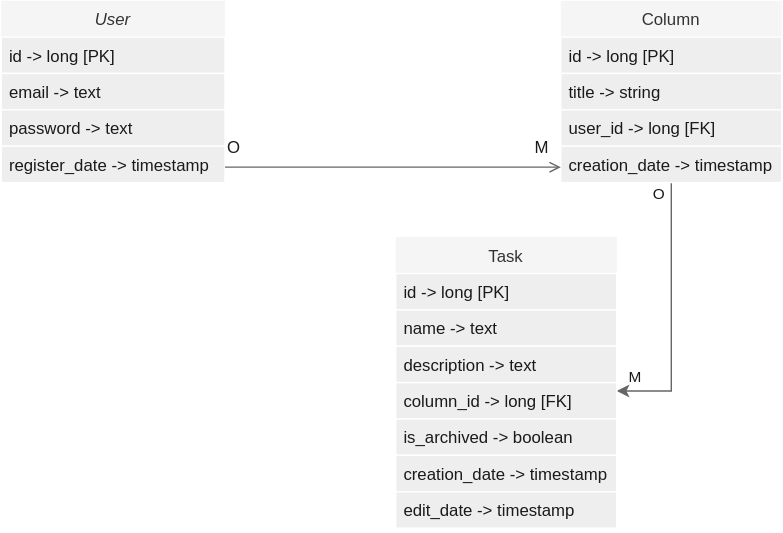
farneser/task-tracker-api keeps this draw.io diagram as assets/database-relations.svg. Above is the earlier version. Source tidied: cells renumbered, new cells last; positions are measured from the earlier drawing's top-left corner, leaving out a move shared by most shapes. Source of this version:
```xml
<mxGraphModel background="#FFFFFF">
  <root>
    <mxCell id="0" />
    <mxCell id="1" parent="0" />
    <mxCell id="2" value="User" style="swimlane;fontStyle=2;align=center;verticalAlign=top;horizontal=1;startSize=26;rounded=0;shadow=0;strokeWidth=1;labelBackgroundColor=none;fillColor=#f5f5f5;strokeColor=none;fontColor=#333333;" parent="1" vertex="1">
      <mxGeometry width="160" height="130" as="geometry" />
    </mxCell>
    <mxCell id="3" value="id -&gt; long [PK]" style="text;align=left;verticalAlign=top;spacingLeft=4;spacingRight=4;overflow=hidden;rounded=0;labelBackgroundColor=none;fillColor=#EEEEEE;strokeColor=#FFFFFF;fontColor=#1A1A1A;" parent="2" vertex="1">
      <mxGeometry y="26" width="160" height="26" as="geometry" />
    </mxCell>
    <mxCell id="4" value="email -&gt; text" style="text;align=left;verticalAlign=top;spacingLeft=4;spacingRight=4;overflow=hidden;rounded=0;labelBackgroundColor=none;fillColor=#EEEEEE;strokeColor=#FFFFFF;fontColor=#1A1A1A;" parent="2" vertex="1">
      <mxGeometry y="52" width="160" height="26" as="geometry" />
    </mxCell>
    <mxCell id="5" value="password -&gt; text" style="text;align=left;verticalAlign=top;spacingLeft=4;spacingRight=4;overflow=hidden;rounded=0;shadow=0;html=0;labelBackgroundColor=none;fillColor=#EEEEEE;strokeColor=#FFFFFF;fontColor=#1A1A1A;" parent="2" vertex="1">
      <mxGeometry y="78" width="160" height="26" as="geometry" />
    </mxCell>
    <mxCell id="6" value="register_date -&gt; timestamp" style="text;align=left;verticalAlign=top;spacingLeft=4;spacingRight=4;overflow=hidden;rounded=0;shadow=0;html=0;labelBackgroundColor=none;fillColor=#EEEEEE;strokeColor=#FFFFFF;fontColor=#1A1A1A;" parent="2" vertex="1">
      <mxGeometry y="104" width="160" height="26" as="geometry" />
    </mxCell>
    <mxCell id="7" style="edgeStyle=orthogonalEdgeStyle;rounded=0;jettySize=auto;html=1;labelBackgroundColor=none;fontColor=default;strokeColor=#666666;fillColor=#f5f5f5;" parent="1" edge="1" source="10" target="18">
      <mxGeometry relative="1" as="geometry">
        <Array as="points">
          <mxPoint x="479" y="279" />
        </Array>
      </mxGeometry>
    </mxCell>
    <mxCell id="8" value="M" style="edgeLabel;html=1;align=center;verticalAlign=middle;rounded=0;labelBackgroundColor=none;fontColor=#1A1A1A;" parent="7" vertex="1">
      <mxGeometry x="0.86" relative="1" as="geometry">
        <mxPoint y="-10" as="offset" />
      </mxGeometry>
    </mxCell>
    <mxCell id="9" value="O" style="edgeLabel;html=1;align=center;verticalAlign=middle;rounded=0;labelBackgroundColor=none;fontColor=#1A1A1A;" parent="7" vertex="1">
      <mxGeometry x="-0.92" y="1" relative="1" as="geometry">
        <mxPoint x="-10" as="offset" />
      </mxGeometry>
    </mxCell>
    <mxCell id="10" value="Column" style="swimlane;fontStyle=0;align=center;verticalAlign=top;horizontal=1;startSize=26;rounded=0;shadow=0;strokeWidth=1;labelBackgroundColor=none;fillColor=#f5f5f5;strokeColor=none;fontColor=#333333;" parent="1" vertex="1">
      <mxGeometry x="400" width="158" height="130" as="geometry" />
    </mxCell>
    <mxCell id="11" value="id -&gt; long [PK]" style="text;align=left;verticalAlign=top;spacingLeft=4;spacingRight=4;overflow=hidden;rounded=0;labelBackgroundColor=none;fillColor=#EEEEEE;strokeColor=#FFFFFF;fontColor=#1A1A1A;" parent="10" vertex="1">
      <mxGeometry y="26" width="158" height="26" as="geometry" />
    </mxCell>
    <mxCell id="12" value="title -&gt; string" style="text;align=left;verticalAlign=top;spacingLeft=4;spacingRight=4;overflow=hidden;rounded=0;shadow=0;html=0;labelBackgroundColor=none;fillColor=#EEEEEE;strokeColor=#FFFFFF;fontColor=#1A1A1A;" parent="10" vertex="1">
      <mxGeometry y="52" width="158" height="26" as="geometry" />
    </mxCell>
    <mxCell id="13" value="user_id -&gt; long [FK]" style="text;align=left;verticalAlign=top;spacingLeft=4;spacingRight=4;overflow=hidden;rounded=0;shadow=0;html=0;labelBackgroundColor=none;fillColor=#EEEEEE;strokeColor=#FFFFFF;fontColor=#1A1A1A;" parent="10" vertex="1">
      <mxGeometry y="78" width="158" height="26" as="geometry" />
    </mxCell>
    <mxCell id="14" value="creation_date -&gt; timestamp" style="text;align=left;verticalAlign=top;spacingLeft=4;spacingRight=4;overflow=hidden;rounded=0;shadow=0;html=0;labelBackgroundColor=none;fillColor=#EEEEEE;strokeColor=#FFFFFF;fontColor=#1A1A1A;" parent="10" vertex="1">
      <mxGeometry y="104" width="158" height="26" as="geometry" />
    </mxCell>
    <mxCell id="15" style="endArrow=open;shadow=0;strokeWidth=1;rounded=0;endFill=1;edgeStyle=elbowEdgeStyle;elbow=vertical;labelBackgroundColor=none;fontColor=default;strokeColor=#666666;fillColor=#f5f5f5;" parent="1" edge="1" source="2" target="10">
      <mxGeometry x="0.5" y="41" relative="1" as="geometry">
        <Array as="points">
          <mxPoint x="230" y="119" />
          <mxPoint x="450" y="129" />
        </Array>
        <mxPoint x="-40" y="32" as="offset" />
      </mxGeometry>
    </mxCell>
    <mxCell id="16" value="O" style="align=left;verticalAlign=bottom;labelBackgroundColor=none;fontSize=12;rounded=0;fillColor=#EEEEEE;strokeColor=#FFFFFF;fontColor=#1A1A1A;" parent="15" vertex="1">
      <mxGeometry x="-1" relative="1" as="geometry">
        <mxPoint y="-5" as="offset" />
      </mxGeometry>
    </mxCell>
    <mxCell id="17" value="M" style="align=right;verticalAlign=bottom;labelBackgroundColor=none;fontSize=12;rounded=0;fillColor=#EEEEEE;strokeColor=#FFFFFF;fontColor=#1A1A1A;" parent="15" vertex="1">
      <mxGeometry x="1" relative="1" as="geometry">
        <mxPoint x="-7" y="-5" as="offset" />
      </mxGeometry>
    </mxCell>
    <mxCell id="18" value="Task" style="swimlane;fontStyle=0;align=center;verticalAlign=top;horizontal=1;startSize=26;rounded=0;shadow=0;strokeWidth=1;labelBackgroundColor=none;fillColor=#f5f5f5;strokeColor=none;fontColor=#333333;" parent="1" vertex="1">
      <mxGeometry x="282" y="169" width="158" height="208" as="geometry" />
    </mxCell>
    <mxCell id="19" value="id -&gt; long [PK]" style="text;align=left;verticalAlign=top;spacingLeft=4;spacingRight=4;overflow=hidden;rounded=0;labelBackgroundColor=none;fillColor=#EEEEEE;strokeColor=#FFFFFF;fontColor=#1A1A1A;" parent="18" vertex="1">
      <mxGeometry y="26" width="158" height="26" as="geometry" />
    </mxCell>
    <mxCell id="20" value="name -&gt; text" style="text;align=left;verticalAlign=top;spacingLeft=4;spacingRight=4;overflow=hidden;rounded=0;shadow=0;html=0;labelBackgroundColor=none;fillColor=#EEEEEE;strokeColor=#FFFFFF;fontColor=#1A1A1A;" parent="18" vertex="1">
      <mxGeometry y="52" width="158" height="26" as="geometry" />
    </mxCell>
    <mxCell id="21" value="description -&gt; text" style="text;align=left;verticalAlign=top;spacingLeft=4;spacingRight=4;overflow=hidden;rounded=0;shadow=0;html=0;labelBackgroundColor=none;fillColor=#EEEEEE;strokeColor=#FFFFFF;fontColor=#1A1A1A;" parent="18" vertex="1">
      <mxGeometry y="78" width="158" height="26" as="geometry" />
    </mxCell>
    <mxCell id="22" value="column_id -&gt; long [FK]" style="text;align=left;verticalAlign=top;spacingLeft=4;spacingRight=4;overflow=hidden;rounded=0;shadow=0;html=0;labelBackgroundColor=none;fillColor=#EEEEEE;strokeColor=#FFFFFF;fontColor=#1A1A1A;" parent="18" vertex="1">
      <mxGeometry y="104" width="158" height="26" as="geometry" />
    </mxCell>
    <mxCell id="23" value="is_archived -&gt; boolean" style="text;align=left;verticalAlign=top;spacingLeft=4;spacingRight=4;overflow=hidden;rounded=0;shadow=0;html=0;labelBackgroundColor=none;fillColor=#EEEEEE;strokeColor=#FFFFFF;fontColor=#1A1A1A;" parent="18" vertex="1">
      <mxGeometry y="130" width="158" height="26" as="geometry" />
    </mxCell>
    <mxCell id="24" value="creation_date -&gt; timestamp" style="text;align=left;verticalAlign=top;spacingLeft=4;spacingRight=4;overflow=hidden;rounded=0;shadow=0;html=0;labelBackgroundColor=none;fillColor=#EEEEEE;strokeColor=#FFFFFF;fontColor=#1A1A1A;" parent="18" vertex="1">
      <mxGeometry y="156" width="158" height="26" as="geometry" />
    </mxCell>
    <mxCell id="25" value="edit_date -&gt; timestamp" style="text;align=left;verticalAlign=top;spacingLeft=4;spacingRight=4;overflow=hidden;rounded=0;shadow=0;html=0;labelBackgroundColor=none;fillColor=#EEEEEE;strokeColor=#FFFFFF;fontColor=#1A1A1A;" parent="18" vertex="1">
      <mxGeometry y="182" width="158" height="26" as="geometry" />
    </mxCell>
  </root>
</mxGraphModel>
```
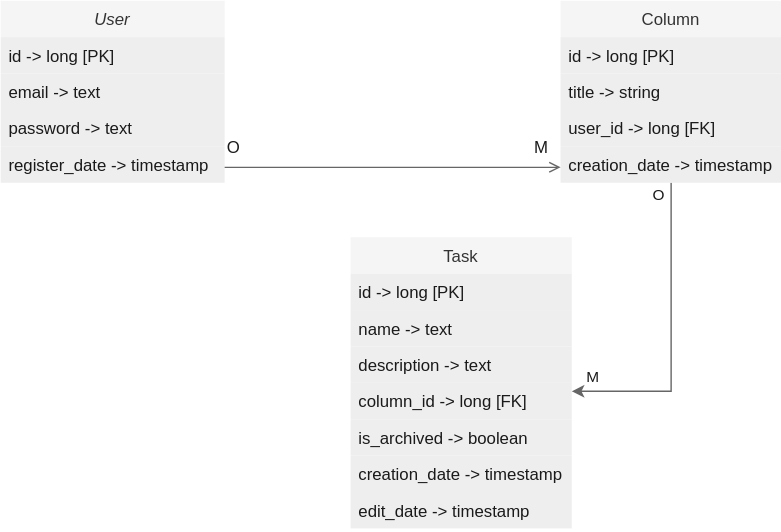
The same file after the commit.

Commit message:
update: relations styles

Diff of the diagram source:
```diff
@@ -2,19 +2,19 @@
   <root>
     <mxCell id="0" />
     <mxCell id="1" parent="0" />
-    <mxCell id="2" value="User" style="swimlane;fontStyle=2;align=center;verticalAlign=top;horizontal=1;startSize=26;rounded=0;shadow=0;strokeWidth=1;labelBackgroundColor=none;fillColor=#f5f5f5;strokeColor=none;fontColor=#333333;" parent="1" vertex="1">
+    <mxCell id="2" value="User" style="swimlane;fontStyle=2;align=center;verticalAlign=top;horizontal=1;startSize=26;rounded=0;shadow=0;strokeWidth=1;labelBackgroundColor=none;fillColor=#f5f5f5;strokeColor=none;fontColor=#333333;swimlaneFillColor=none;gradientColor=none;" parent="1" vertex="1">
       <mxGeometry width="160" height="130" as="geometry" />
     </mxCell>
-    <mxCell id="3" value="id -&gt; long [PK]" style="text;align=left;verticalAlign=top;spacingLeft=4;spacingRight=4;overflow=hidden;rounded=0;labelBackgroundColor=none;fillColor=#EEEEEE;strokeColor=#FFFFFF;fontColor=#1A1A1A;" parent="2" vertex="1">
+    <mxCell id="3" value="id -&gt; long [PK]" style="text;align=left;verticalAlign=top;spacingLeft=4;spacingRight=4;overflow=hidden;rounded=0;labelBackgroundColor=none;fillColor=#EEEEEE;strokeColor=none;fontColor=#1A1A1A;" parent="2" vertex="1">
       <mxGeometry y="26" width="160" height="26" as="geometry" />
     </mxCell>
-    <mxCell id="4" value="email -&gt; text" style="text;align=left;verticalAlign=top;spacingLeft=4;spacingRight=4;overflow=hidden;rounded=0;labelBackgroundColor=none;fillColor=#EEEEEE;strokeColor=#FFFFFF;fontColor=#1A1A1A;" parent="2" vertex="1">
+    <mxCell id="4" value="email -&gt; text" style="text;align=left;verticalAlign=top;spacingLeft=4;spacingRight=4;overflow=hidden;rounded=0;labelBackgroundColor=none;fillColor=#EEEEEE;strokeColor=none;fontColor=#1A1A1A;" parent="2" vertex="1">
       <mxGeometry y="52" width="160" height="26" as="geometry" />
     </mxCell>
-    <mxCell id="5" value="password -&gt; text" style="text;align=left;verticalAlign=top;spacingLeft=4;spacingRight=4;overflow=hidden;rounded=0;shadow=0;html=0;labelBackgroundColor=none;fillColor=#EEEEEE;strokeColor=#FFFFFF;fontColor=#1A1A1A;" parent="2" vertex="1">
+    <mxCell id="5" value="password -&gt; text" style="text;align=left;verticalAlign=top;spacingLeft=4;spacingRight=4;overflow=hidden;rounded=0;shadow=0;html=0;labelBackgroundColor=none;fillColor=#EEEEEE;strokeColor=none;fontColor=#1A1A1A;" parent="2" vertex="1">
       <mxGeometry y="78" width="160" height="26" as="geometry" />
     </mxCell>
-    <mxCell id="6" value="register_date -&gt; timestamp" style="text;align=left;verticalAlign=top;spacingLeft=4;spacingRight=4;overflow=hidden;rounded=0;shadow=0;html=0;labelBackgroundColor=none;fillColor=#EEEEEE;strokeColor=#FFFFFF;fontColor=#1A1A1A;" parent="2" vertex="1">
+    <mxCell id="6" value="register_date -&gt; timestamp" style="text;align=left;verticalAlign=top;spacingLeft=4;spacingRight=4;overflow=hidden;rounded=0;shadow=0;html=0;labelBackgroundColor=none;fillColor=#EEEEEE;strokeColor=none;fontColor=#1A1A1A;" parent="2" vertex="1">
       <mxGeometry y="104" width="160" height="26" as="geometry" />
     </mxCell>
     <mxCell id="7" style="edgeStyle=orthogonalEdgeStyle;rounded=0;jettySize=auto;html=1;labelBackgroundColor=none;fontColor=default;strokeColor=#666666;fillColor=#f5f5f5;" parent="1" edge="1" source="10" target="18">
@@ -34,19 +34,19 @@
         <mxPoint x="-10" as="offset" />
       </mxGeometry>
     </mxCell>
-    <mxCell id="10" value="Column" style="swimlane;fontStyle=0;align=center;verticalAlign=top;horizontal=1;startSize=26;rounded=0;shadow=0;strokeWidth=1;labelBackgroundColor=none;fillColor=#f5f5f5;strokeColor=none;fontColor=#333333;" parent="1" vertex="1">
+    <mxCell id="10" value="Column" style="swimlane;fontStyle=0;align=center;verticalAlign=top;horizontal=1;startSize=26;rounded=0;shadow=0;strokeWidth=1;labelBackgroundColor=none;fillColor=#f5f5f5;strokeColor=none;fontColor=#333333;swimlaneFillColor=none;gradientColor=none;glass=0;swimlaneLine=1;" parent="1" vertex="1">
       <mxGeometry x="400" width="158" height="130" as="geometry" />
     </mxCell>
-    <mxCell id="11" value="id -&gt; long [PK]" style="text;align=left;verticalAlign=top;spacingLeft=4;spacingRight=4;overflow=hidden;rounded=0;labelBackgroundColor=none;fillColor=#EEEEEE;strokeColor=#FFFFFF;fontColor=#1A1A1A;" parent="10" vertex="1">
+    <mxCell id="11" value="id -&gt; long [PK]" style="text;align=left;verticalAlign=top;spacingLeft=4;spacingRight=4;overflow=hidden;rounded=0;labelBackgroundColor=none;fillColor=#EEEEEE;strokeColor=none;fontColor=#1A1A1A;" parent="10" vertex="1">
       <mxGeometry y="26" width="158" height="26" as="geometry" />
     </mxCell>
-    <mxCell id="12" value="title -&gt; string" style="text;align=left;verticalAlign=top;spacingLeft=4;spacingRight=4;overflow=hidden;rounded=0;shadow=0;html=0;labelBackgroundColor=none;fillColor=#EEEEEE;strokeColor=#FFFFFF;fontColor=#1A1A1A;" parent="10" vertex="1">
+    <mxCell id="12" value="title -&gt; string" style="text;align=left;verticalAlign=top;spacingLeft=4;spacingRight=4;overflow=hidden;rounded=0;shadow=0;html=0;labelBackgroundColor=none;fillColor=#EEEEEE;strokeColor=none;fontColor=#1A1A1A;" parent="10" vertex="1">
       <mxGeometry y="52" width="158" height="26" as="geometry" />
     </mxCell>
-    <mxCell id="13" value="user_id -&gt; long [FK]" style="text;align=left;verticalAlign=top;spacingLeft=4;spacingRight=4;overflow=hidden;rounded=0;shadow=0;html=0;labelBackgroundColor=none;fillColor=#EEEEEE;strokeColor=#FFFFFF;fontColor=#1A1A1A;" parent="10" vertex="1">
+    <mxCell id="13" value="user_id -&gt; long [FK]" style="text;align=left;verticalAlign=top;spacingLeft=4;spacingRight=4;overflow=hidden;rounded=0;shadow=0;html=0;labelBackgroundColor=none;fillColor=#EEEEEE;strokeColor=none;fontColor=#1A1A1A;" parent="10" vertex="1">
       <mxGeometry y="78" width="158" height="26" as="geometry" />
     </mxCell>
-    <mxCell id="14" value="creation_date -&gt; timestamp" style="text;align=left;verticalAlign=top;spacingLeft=4;spacingRight=4;overflow=hidden;rounded=0;shadow=0;html=0;labelBackgroundColor=none;fillColor=#EEEEEE;strokeColor=#FFFFFF;fontColor=#1A1A1A;" parent="10" vertex="1">
+    <mxCell id="14" value="creation_date -&gt; timestamp" style="text;align=left;verticalAlign=top;spacingLeft=4;spacingRight=4;overflow=hidden;rounded=0;shadow=0;html=0;labelBackgroundColor=none;fillColor=#EEEEEE;strokeColor=none;fontColor=#1A1A1A;" parent="10" vertex="1">
       <mxGeometry y="104" width="158" height="26" as="geometry" />
     </mxCell>
     <mxCell id="15" style="endArrow=open;shadow=0;strokeWidth=1;rounded=0;endFill=1;edgeStyle=elbowEdgeStyle;elbow=vertical;labelBackgroundColor=none;fontColor=default;strokeColor=#666666;fillColor=#f5f5f5;" parent="1" edge="1" source="2" target="10">
@@ -68,28 +68,28 @@
         <mxPoint x="-7" y="-5" as="offset" />
       </mxGeometry>
     </mxCell>
-    <mxCell id="18" value="Task" style="swimlane;fontStyle=0;align=center;verticalAlign=top;horizontal=1;startSize=26;rounded=0;shadow=0;strokeWidth=1;labelBackgroundColor=none;fillColor=#f5f5f5;strokeColor=none;fontColor=#333333;" parent="1" vertex="1">
-      <mxGeometry x="282" y="169" width="158" height="208" as="geometry" />
+    <mxCell id="18" value="Task" style="swimlane;fontStyle=0;align=center;verticalAlign=top;horizontal=1;startSize=26;rounded=0;shadow=0;strokeWidth=1;labelBackgroundColor=none;fillColor=#f5f5f5;strokeColor=none;fontColor=#333333;swimlaneFillColor=none;gradientColor=none;" parent="1" vertex="1">
+      <mxGeometry x="250" y="169" width="158" height="208" as="geometry" />
     </mxCell>
-    <mxCell id="19" value="id -&gt; long [PK]" style="text;align=left;verticalAlign=top;spacingLeft=4;spacingRight=4;overflow=hidden;rounded=0;labelBackgroundColor=none;fillColor=#EEEEEE;strokeColor=#FFFFFF;fontColor=#1A1A1A;" parent="18" vertex="1">
+    <mxCell id="19" value="id -&gt; long [PK]" style="text;align=left;verticalAlign=top;spacingLeft=4;spacingRight=4;overflow=hidden;rounded=0;labelBackgroundColor=none;fillColor=#EEEEEE;strokeColor=none;fontColor=#1A1A1A;" parent="18" vertex="1">
       <mxGeometry y="26" width="158" height="26" as="geometry" />
     </mxCell>
-    <mxCell id="20" value="name -&gt; text" style="text;align=left;verticalAlign=top;spacingLeft=4;spacingRight=4;overflow=hidden;rounded=0;shadow=0;html=0;labelBackgroundColor=none;fillColor=#EEEEEE;strokeColor=#FFFFFF;fontColor=#1A1A1A;" parent="18" vertex="1">
+    <mxCell id="20" value="name -&gt; text" style="text;align=left;verticalAlign=top;spacingLeft=4;spacingRight=4;overflow=hidden;rounded=0;shadow=0;html=0;labelBackgroundColor=none;fillColor=#EEEEEE;strokeColor=none;fontColor=#1A1A1A;" parent="18" vertex="1">
       <mxGeometry y="52" width="158" height="26" as="geometry" />
     </mxCell>
-    <mxCell id="21" value="description -&gt; text" style="text;align=left;verticalAlign=top;spacingLeft=4;spacingRight=4;overflow=hidden;rounded=0;shadow=0;html=0;labelBackgroundColor=none;fillColor=#EEEEEE;strokeColor=#FFFFFF;fontColor=#1A1A1A;" parent="18" vertex="1">
+    <mxCell id="21" value="description -&gt; text" style="text;align=left;verticalAlign=top;spacingLeft=4;spacingRight=4;overflow=hidden;rounded=0;shadow=0;html=0;labelBackgroundColor=none;fillColor=#EEEEEE;strokeColor=none;fontColor=#1A1A1A;" parent="18" vertex="1">
       <mxGeometry y="78" width="158" height="26" as="geometry" />
     </mxCell>
-    <mxCell id="22" value="column_id -&gt; long [FK]" style="text;align=left;verticalAlign=top;spacingLeft=4;spacingRight=4;overflow=hidden;rounded=0;shadow=0;html=0;labelBackgroundColor=none;fillColor=#EEEEEE;strokeColor=#FFFFFF;fontColor=#1A1A1A;" parent="18" vertex="1">
+    <mxCell id="22" value="column_id -&gt; long [FK]" style="text;align=left;verticalAlign=top;spacingLeft=4;spacingRight=4;overflow=hidden;rounded=0;shadow=0;html=0;labelBackgroundColor=none;fillColor=#EEEEEE;strokeColor=none;fontColor=#1A1A1A;" parent="18" vertex="1">
       <mxGeometry y="104" width="158" height="26" as="geometry" />
     </mxCell>
-    <mxCell id="23" value="is_archived -&gt; boolean" style="text;align=left;verticalAlign=top;spacingLeft=4;spacingRight=4;overflow=hidden;rounded=0;shadow=0;html=0;labelBackgroundColor=none;fillColor=#EEEEEE;strokeColor=#FFFFFF;fontColor=#1A1A1A;" parent="18" vertex="1">
+    <mxCell id="23" value="is_archived -&gt; boolean" style="text;align=left;verticalAlign=top;spacingLeft=4;spacingRight=4;overflow=hidden;rounded=0;shadow=0;html=0;labelBackgroundColor=none;fillColor=#EEEEEE;strokeColor=none;fontColor=#1A1A1A;" parent="18" vertex="1">
       <mxGeometry y="130" width="158" height="26" as="geometry" />
     </mxCell>
-    <mxCell id="24" value="creation_date -&gt; timestamp" style="text;align=left;verticalAlign=top;spacingLeft=4;spacingRight=4;overflow=hidden;rounded=0;shadow=0;html=0;labelBackgroundColor=none;fillColor=#EEEEEE;strokeColor=#FFFFFF;fontColor=#1A1A1A;" parent="18" vertex="1">
+    <mxCell id="24" value="creation_date -&gt; timestamp" style="text;align=left;verticalAlign=top;spacingLeft=4;spacingRight=4;overflow=hidden;rounded=0;shadow=0;html=0;labelBackgroundColor=none;fillColor=#EEEEEE;strokeColor=none;fontColor=#1A1A1A;" parent="18" vertex="1">
       <mxGeometry y="156" width="158" height="26" as="geometry" />
     </mxCell>
-    <mxCell id="25" value="edit_date -&gt; timestamp" style="text;align=left;verticalAlign=top;spacingLeft=4;spacingRight=4;overflow=hidden;rounded=0;shadow=0;html=0;labelBackgroundColor=none;fillColor=#EEEEEE;strokeColor=#FFFFFF;fontColor=#1A1A1A;" parent="18" vertex="1">
+    <mxCell id="25" value="edit_date -&gt; timestamp" style="text;align=left;verticalAlign=top;spacingLeft=4;spacingRight=4;overflow=hidden;rounded=0;shadow=0;html=0;labelBackgroundColor=none;fillColor=#EEEEEE;strokeColor=none;fontColor=#1A1A1A;" parent="18" vertex="1">
       <mxGeometry y="182" width="158" height="26" as="geometry" />
     </mxCell>
   </root>
```
